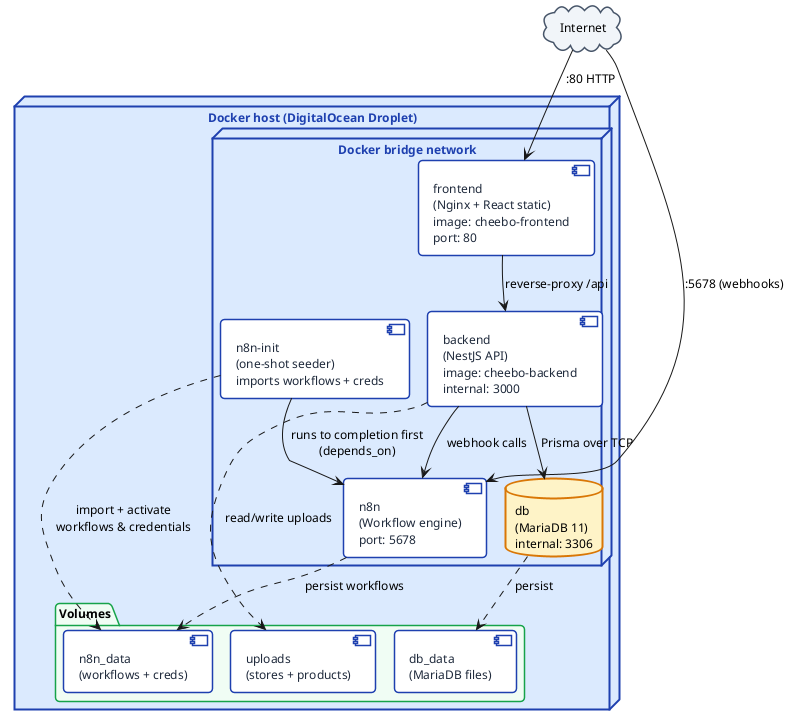
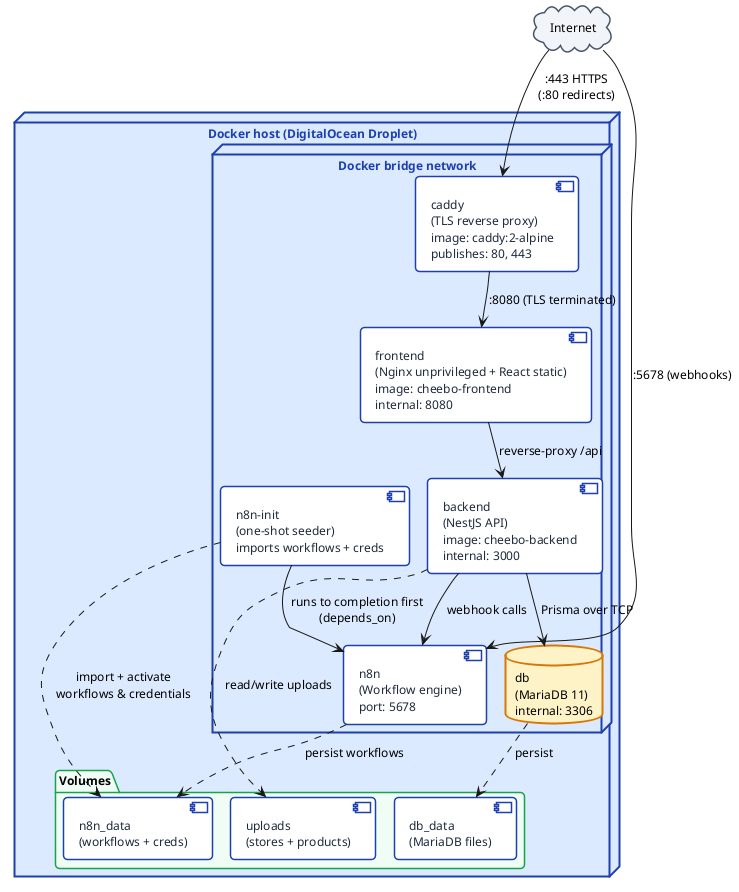
@startuml arch-docker
!pragma layout smetana

skinparam defaultFontName Helvetica
skinparam defaultFontSize 12
skinparam backgroundColor #FFFFFF
skinparam roundCorner 8

skinparam node {
  BackgroundColor #DBEAFE
  BorderColor #1E40AF
  BorderThickness 2
  FontStyle bold
  FontColor #1E40AF
}
skinparam component {
  BackgroundColor #FFFFFF
  BorderColor #1E40AF
  BorderThickness 1.5
  FontColor #1E293B
}
skinparam database {
  BackgroundColor #FEF3C7
  BorderColor #D97706
  BorderThickness 2
}
skinparam cloud {
  BackgroundColor #F1F5F9
  BorderColor #475569
  BorderThickness 1.5
}
skinparam folder {
  BackgroundColor #F0FDF4
  BorderColor #16A34A
  BorderThickness 1.5
}

cloud "Internet" as Net

node "Docker host (DigitalOcean Droplet)" as Host {

  node "Docker bridge network" as Bridge {

-     component "frontend\n(Nginx + React static)\nimage: cheebo-frontend\nport: 80" as FE
+     component "caddy\n(TLS reverse proxy)\nimage: caddy:2-alpine\npublishes: 80, 443" as CADDY
+     component "frontend\n(Nginx unprivileged + React static)\nimage: cheebo-frontend\ninternal: 8080" as FE
    component "backend\n(NestJS API)\nimage: cheebo-backend\ninternal: 3000" as BE
    database "db\n(MariaDB 11)\ninternal: 3306" as DB
    component "n8n\n(Workflow engine)\nport: 5678" as N8N
    component "n8n-init\n(one-shot seeder)\nimports workflows + creds" as N8NI

  }

  folder "Volumes" {
    [db_data\n(MariaDB files)]   as VolDB
    [uploads\n(stores + products)] as VolUp
    [n8n_data\n(workflows + creds)] as VolN8n
  }
}

- Net --> FE  : :80 HTTP
- Net --> N8N : :5678 (webhooks)
+ Net   --> CADDY : :443 HTTPS\n(:80 redirects)
+ Net   --> N8N   : :5678 (webhooks)

+ CADDY --> FE  : :8080 (TLS terminated)
FE  --> BE  : reverse-proxy /api
BE  --> DB  : Prisma over TCP
BE  --> N8N : webhook calls

DB   ..> VolDB  : persist
BE   ..> VolUp  : read/write uploads
N8N  ..> VolN8n : persist workflows
N8NI ..> VolN8n : import + activate\nworkflows & credentials
N8NI --> N8N    : runs to completion first\n(depends_on)

@enduml
